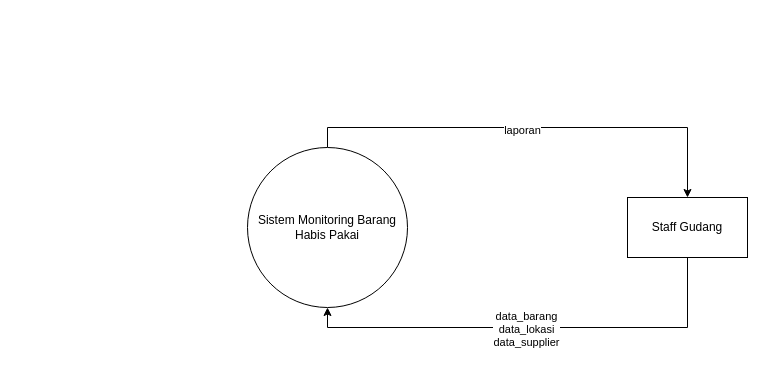
raflialkindhi/graph-save keeps this draw.io diagram as kkp-dfd0.drawio. Above is the earlier version. Source tidied: cells renumbered, new cells numbered last; positions are measured from the earlier drawing's top-left corner, leaving out a move shared by most shapes. Both pictures are drawn from the tidied source at 100%, with x=0, y=0 at pixel (247, 147).
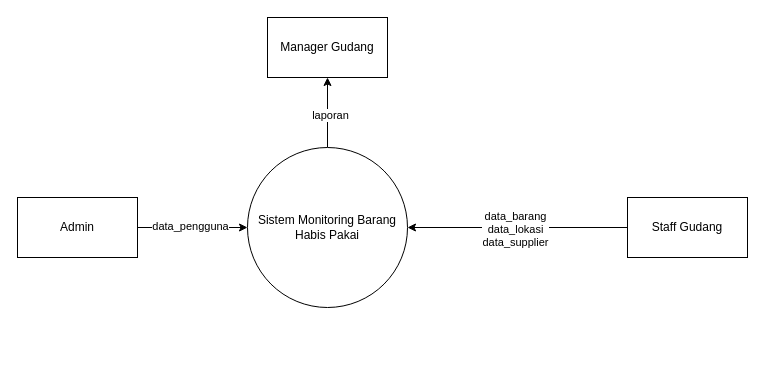
The same page after the edit.

Change to the diagram source:
```diff
@@
 <mxGraphModel>
   <root>
     <mxCell id="0" />
     <mxCell id="1" parent="0" />
-    <mxCell id="2" style="edgeStyle=orthogonalEdgeStyle;rounded=0;jettySize=auto;html=1;exitX=0.5;exitY=0;exitDx=0;exitDy=0;entryX=0.5;entryY=0;entryDx=0;entryDy=0;" parent="1" edge="1" source="4" target="7">
+    <mxCell id="2" style="edgeStyle=orthogonalEdgeStyle;rounded=0;jettySize=auto;html=1;exitX=0.5;exitY=0;exitDx=0;exitDy=0;entryX=0.5;entryY=1;entryDx=0;entryDy=0;" parent="1" edge="1" source="4" target="11">
       <mxGeometry relative="1" as="geometry" />
     </mxCell>
     <mxCell id="3" value="laporan" style="edgeLabel;html=1;align=center;verticalAlign=middle;" parent="2" vertex="1">
       <mxGeometry x="-0.05" y="-2" relative="1" as="geometry" />
     </mxCell>
     <mxCell id="4" value="Sistem Monitoring Barang Habis Pakai" style="ellipse;whiteSpace=wrap;html=1;" parent="1" vertex="1">
       <mxGeometry width="160" height="160" as="geometry" />
     </mxCell>
-    <mxCell id="5" style="edgeStyle=orthogonalEdgeStyle;rounded=0;jettySize=auto;html=1;exitX=0.5;exitY=1;exitDx=0;exitDy=0;entryX=0.5;entryY=1;entryDx=0;entryDy=0;" parent="1" edge="1" source="7" target="4">
+    <mxCell id="5" style="edgeStyle=orthogonalEdgeStyle;rounded=0;jettySize=auto;html=1;exitX=0;exitY=0.5;exitDx=0;exitDy=0;entryX=1;entryY=0.5;entryDx=0;entryDy=0;" parent="1" edge="1" source="7" target="4">
       <mxGeometry relative="1" as="geometry" />
     </mxCell>
     <mxCell id="6" value="&lt;div&gt;data_barang&lt;/div&gt;&lt;div&gt;data_lokasi&lt;/div&gt;&lt;div&gt;data_supplier&lt;br&gt;&lt;/div&gt;" style="edgeLabel;html=1;align=center;verticalAlign=middle;" parent="5" vertex="1">
       <mxGeometry x="0.03" y="1" relative="1" as="geometry" />
     </mxCell>
     <mxCell id="7" value="Staff Gudang" style="rounded=0;whiteSpace=wrap;html=1;" parent="1" vertex="1">
       <mxGeometry x="380" y="50" width="120" height="60" as="geometry" />
     </mxCell>
+    <mxCell id="8" style="edgeStyle=orthogonalEdgeStyle;rounded=0;jettySize=auto;html=1;exitX=1;exitY=0.5;exitDx=0;exitDy=0;entryX=0;entryY=0.5;entryDx=0;entryDy=0;" parent="1" edge="1" source="10" target="4">
+      <mxGeometry relative="1" as="geometry" />
+    </mxCell>
+    <mxCell id="9" value="data_pengguna" style="edgeLabel;html=1;align=center;verticalAlign=middle;" parent="8" vertex="1">
+      <mxGeometry x="-0.05" y="2" relative="1" as="geometry" />
+    </mxCell>
+    <mxCell id="10" value="Admin" style="rounded=0;whiteSpace=wrap;html=1;" parent="1" vertex="1">
+      <mxGeometry x="-230" y="50" width="120" height="60" as="geometry" />
+    </mxCell>
+    <mxCell id="11" value="Manager Gudang" style="rounded=0;whiteSpace=wrap;html=1;" parent="1" vertex="1">
+      <mxGeometry x="20" y="-130" width="120" height="60" as="geometry" />
+    </mxCell>
   </root>
 </mxGraphModel>
```
